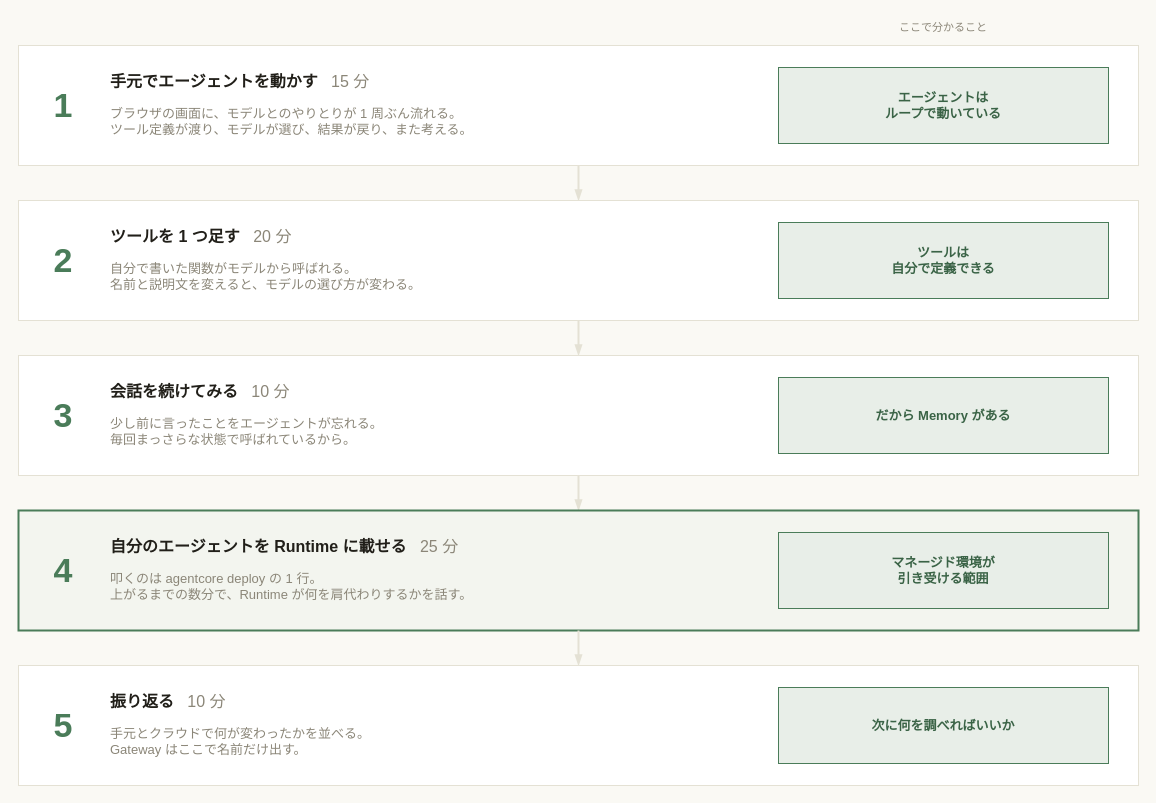
Before: docs/images/handson-flow.drawio in umitsu-tech/agentcore-handson-env, a draw.io diagram. Source tidied: cells renumbered, new cells numbered last; positions are measured from the earlier drawing's top-left corner, leaving out a move shared by most shapes. Both pictures are drawn from the tidied source at 100%, with x=0, y=0 at pixel (18, 17).
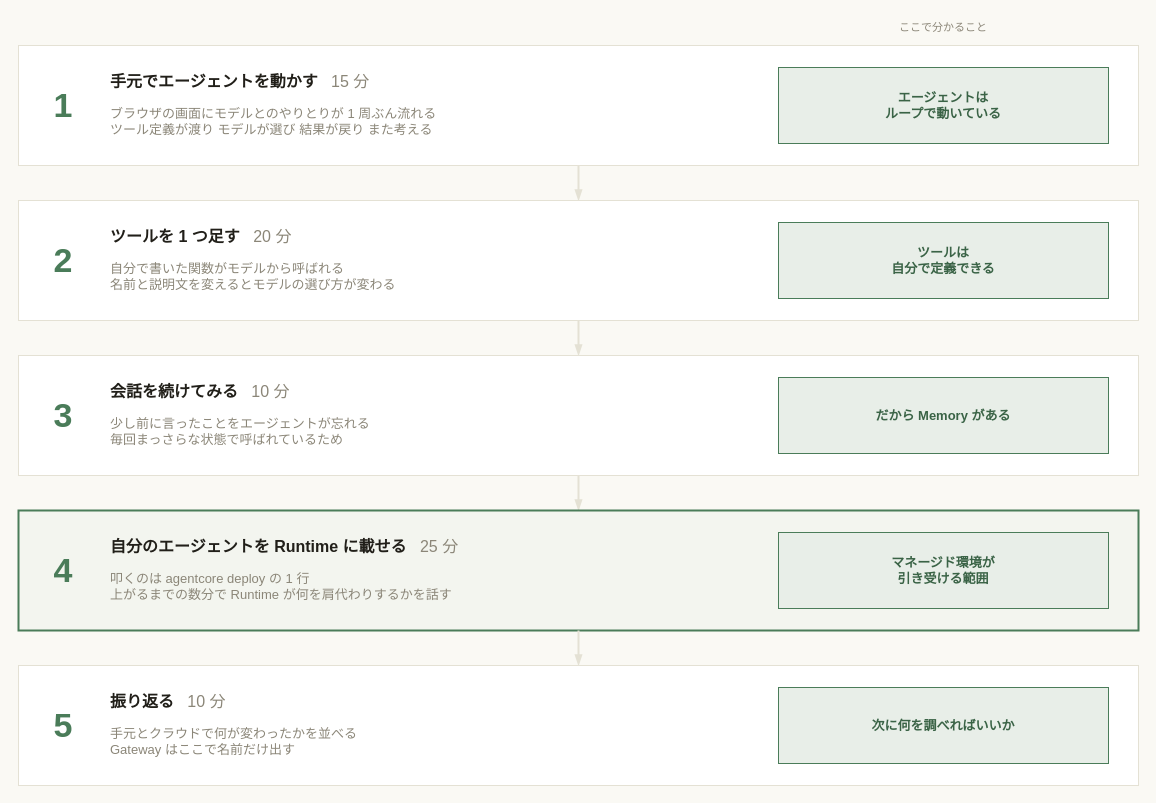
The same page after the edit.

Change to the diagram source:
```diff
@@
-    <mxCell id="6" value="ブラウザの画面に、モデルとのやりとりが 1 周ぶん流れる。&lt;br&gt;ツール定義が渡り、モデルが選び、結果が戻り、また考える。" style="text;html=1;strokeColor=none;fillColor=none;align=left;verticalAlign=top;whiteSpace=wrap;fontSize=13;fontColor=#8b8678;" parent="1" vertex="1">
+    <mxCell id="6" value="ブラウザの画面にモデルとのやりとりが 1 周ぶん流れる&lt;br&gt;ツール定義が渡り モデルが選び 結果が戻り また考える" style="text;html=1;strokeColor=none;fillColor=none;align=left;verticalAlign=top;whiteSpace=wrap;fontSize=13;fontColor=#8b8678;" parent="1" vertex="1">
       <mxGeometry x="90" y="82" width="620" height="52" as="geometry" />
     </mxCell>
@@
-    <mxCell id="12" value="自分で書いた関数がモデルから呼ばれる。&lt;br&gt;名前と説明文を変えると、モデルの選び方が変わる。" style="text;html=1;strokeColor=none;fillColor=none;align=left;verticalAlign=top;whiteSpace=wrap;fontSize=13;fontColor=#8b8678;" parent="1" vertex="1">
+    <mxCell id="12" value="自分で書いた関数がモデルから呼ばれる&lt;br&gt;名前と説明文を変えるとモデルの選び方が変わる" style="text;html=1;strokeColor=none;fillColor=none;align=left;verticalAlign=top;whiteSpace=wrap;fontSize=13;fontColor=#8b8678;" parent="1" vertex="1">
       <mxGeometry x="90" y="237" width="620" height="52" as="geometry" />
     </mxCell>
@@
-    <mxCell id="18" value="少し前に言ったことをエージェントが忘れる。&lt;br&gt;毎回まっさらな状態で呼ばれているから。" style="text;html=1;strokeColor=none;fillColor=none;align=left;verticalAlign=top;whiteSpace=wrap;fontSize=13;fontColor=#8b8678;" parent="1" vertex="1">
+    <mxCell id="18" value="少し前に言ったことをエージェントが忘れる&lt;br&gt;毎回まっさらな状態で呼ばれているため" style="text;html=1;strokeColor=none;fillColor=none;align=left;verticalAlign=top;whiteSpace=wrap;fontSize=13;fontColor=#8b8678;" parent="1" vertex="1">
       <mxGeometry x="90" y="392" width="620" height="52" as="geometry" />
     </mxCell>
@@
-    <mxCell id="24" value="叩くのは agentcore deploy の 1 行。&lt;br&gt;上がるまでの数分で、Runtime が何を肩代わりするかを話す。" style="text;html=1;strokeColor=none;fillColor=none;align=left;verticalAlign=top;whiteSpace=wrap;fontSize=13;fontColor=#8b8678;" parent="1" vertex="1">
+    <mxCell id="24" value="叩くのは agentcore deploy の 1 行&lt;br&gt;上がるまでの数分で Runtime が何を肩代わりするかを話す" style="text;html=1;strokeColor=none;fillColor=none;align=left;verticalAlign=top;whiteSpace=wrap;fontSize=13;fontColor=#8b8678;" parent="1" vertex="1">
       <mxGeometry x="90" y="547" width="620" height="52" as="geometry" />
     </mxCell>
@@
-    <mxCell id="30" value="手元とクラウドで何が変わったかを並べる。&lt;br&gt;Gateway はここで名前だけ出す。" style="text;html=1;strokeColor=none;fillColor=none;align=left;verticalAlign=top;whiteSpace=wrap;fontSize=13;fontColor=#8b8678;" parent="1" vertex="1">
+    <mxCell id="30" value="手元とクラウドで何が変わったかを並べる&lt;br&gt;Gateway はここで名前だけ出す" style="text;html=1;strokeColor=none;fillColor=none;align=left;verticalAlign=top;whiteSpace=wrap;fontSize=13;fontColor=#8b8678;" parent="1" vertex="1">
       <mxGeometry x="90" y="702" width="620" height="52" as="geometry" />
     </mxCell>
```
